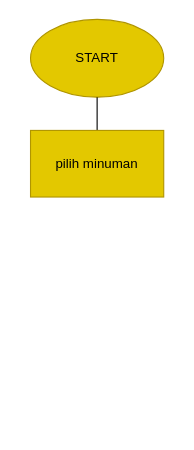
This is flowchart.drawio from Alditdit/Alditya_Dwinata-Order_minuman_online, a draw.io file, before an edit. Source tidied: cells renumbered, new cells numbered last; positions are measured from the earlier drawing's top-left corner, leaving out a move shared by most shapes. Both pictures are drawn from the tidied source at 111%, with x=0, y=0 at pixel (30, 19).
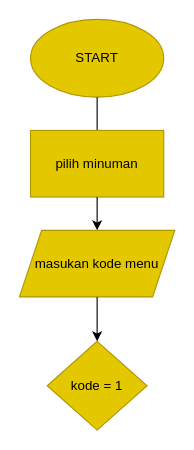
After the change.

Commit message:
inisialisasi pengkondisian

Diff of the diagram source:
```diff
@@
 <mxGraphModel>
   <root>
     <mxCell id="0" />
     <mxCell id="1" parent="0" />
     <mxCell id="2" value="START" style="ellipse;whiteSpace=wrap;html=1;fillColor=#e3c800;strokeColor=#B09500;fontColor=#000000;" parent="1" vertex="1">
       <mxGeometry width="120" height="70" as="geometry" />
     </mxCell>
     <mxCell id="3" style="endArrow=classic;html=1;exitX=0.5;exitY=1;exitDx=0;exitDy=0;" parent="1" edge="1" source="2">
       <mxGeometry relative="1" as="geometry">
         <mxPoint x="60" y="120" as="targetPoint" />
       </mxGeometry>
     </mxCell>
     <mxCell id="4" value="pilih minuman" style="rounded=0;whiteSpace=wrap;html=1;fillColor=#e3c800;fontColor=#000000;strokeColor=#B09500;" parent="1" vertex="1">
       <mxGeometry y="100" width="120" height="60" as="geometry" />
     </mxCell>
+    <mxCell id="5" style="endArrow=classic;html=1;exitX=0.5;exitY=1;exitDx=0;exitDy=0;" parent="1" edge="1" source="4">
+      <mxGeometry relative="1" as="geometry">
+        <mxPoint x="60" y="190" as="targetPoint" />
+      </mxGeometry>
+    </mxCell>
+    <mxCell id="6" value="&lt;div&gt;&lt;span&gt;masukan kode menu&lt;/span&gt;&lt;/div&gt;" style="shape=parallelogram;perimeter=parallelogramPerimeter;whiteSpace=wrap;html=1;fixedSize=1;fillColor=#e3c800;fontColor=#000000;strokeColor=#B09500;align=center;" parent="1" vertex="1">
+      <mxGeometry x="-10" y="190" width="140" height="60" as="geometry" />
+    </mxCell>
+    <mxCell id="7" value="kode = 1" style="rhombus;whiteSpace=wrap;html=1;fillColor=#e3c800;fontColor=#000000;strokeColor=#B09500;" parent="1" vertex="1">
+      <mxGeometry x="15" y="290" width="90" height="80" as="geometry" />
+    </mxCell>
+    <mxCell id="8" style="endArrow=classic;html=1;exitX=0.5;exitY=1;exitDx=0;exitDy=0;entryX=0.5;entryY=0;entryDx=0;entryDy=0;" parent="1" edge="1" source="6" target="7">
+      <mxGeometry relative="1" as="geometry" />
+    </mxCell>
   </root>
 </mxGraphModel>
```
